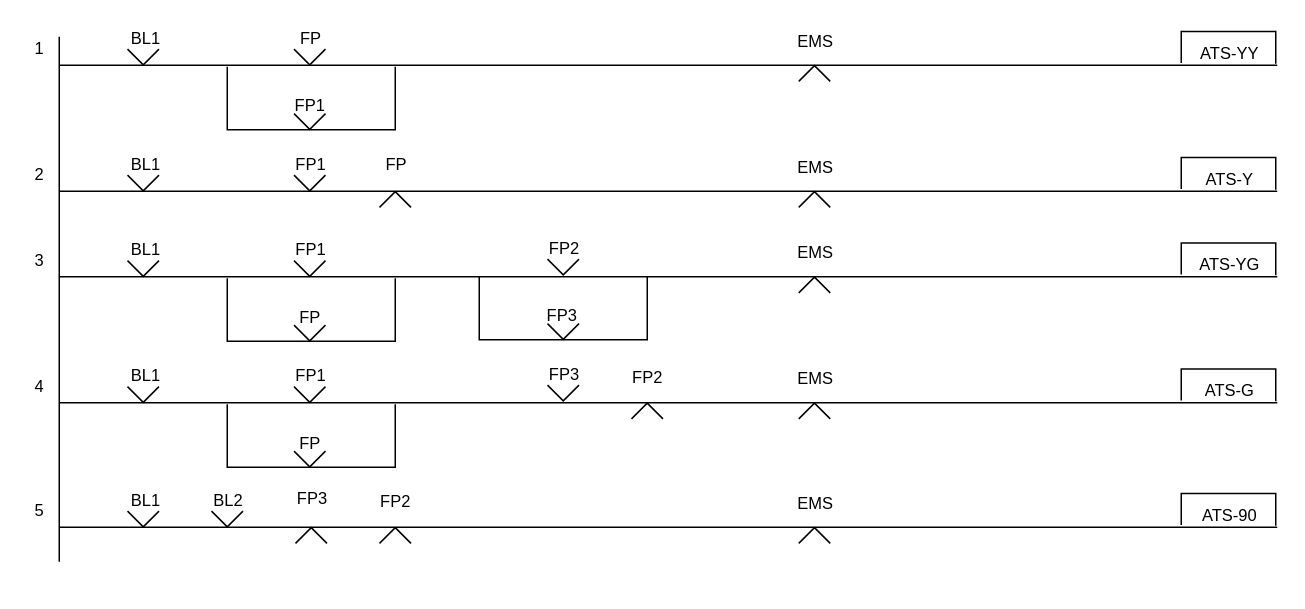
This is page "ATS제어" (3 of 6) of Signal/33Display-Signal-Control-Logic.drawio from chillin2/MyDraw.io, a draw.io file, before an edit. Source tidied: cells renumbered, new cells numbered last; positions are measured from the earlier drawing's top-left corner, leaving out a move shared by most shapes. Both pictures are drawn from the tidied source at 150%, with x=0, y=0 at pixel (26, 26).
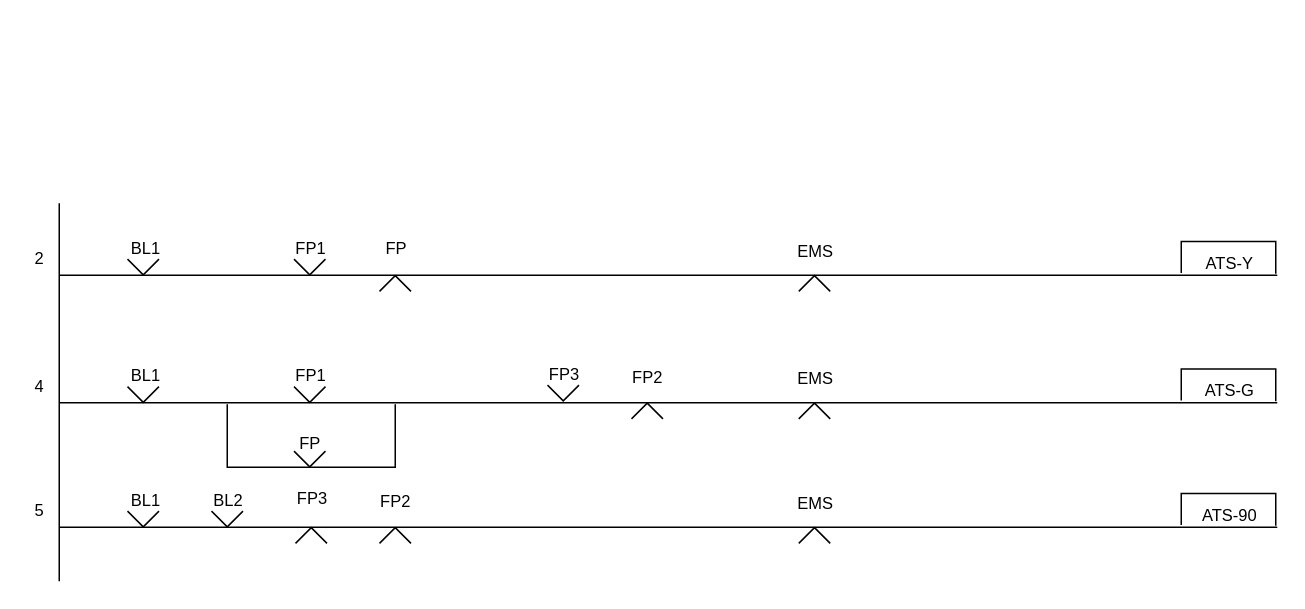
The same diagram, later.

What changed in the source:
```diff
@@
     <mxCell id="2" style="endArrow=none;html=1;rounded=0;" parent="1" edge="1">
       <mxGeometry relative="1" as="geometry">
-        <mxPoint x="22" y="357" as="sourcePoint" />
-        <mxPoint x="22" y="7" as="targetPoint" />
+        <mxPoint x="22" y="370" as="sourcePoint" />
+        <mxPoint x="22" y="118" as="targetPoint" />
       </mxGeometry>
     </mxCell>
-    <mxCell id="3" style="endArrow=none;html=1;rounded=0;" parent="1" edge="1">
-      <mxGeometry relative="1" as="geometry">
-        <mxPoint x="22" y="26" as="sourcePoint" />
-        <mxPoint x="834" y="26" as="targetPoint" />
-      </mxGeometry>
-    </mxCell>
-    <mxCell id="4" value="BL1" style="text;html=1;strokeColor=none;fillColor=none;align=center;verticalAlign=middle;whiteSpace=wrap;rounded=0;fontFamily=Helvetica;fontSize=11;fontColor=default;" parent="1" vertex="1">
-      <mxGeometry x="60" width="40" height="15" as="geometry" />
-    </mxCell>
-    <mxCell id="5" value="FP" style="text;html=1;strokeColor=none;fillColor=none;align=center;verticalAlign=middle;whiteSpace=wrap;rounded=0;fontFamily=Helvetica;fontSize=11;fontColor=default;" parent="1" vertex="1">
-      <mxGeometry x="170" y="1" width="40" height="14" as="geometry" />
-    </mxCell>
-    <mxCell id="6" value="ATS-YY" style="text;html=1;strokeColor=none;fillColor=none;align=center;verticalAlign=middle;whiteSpace=wrap;rounded=0;fontFamily=Helvetica;fontSize=11;fontColor=default;" parent="1" vertex="1">
-      <mxGeometry x="779" y="11" width="47" height="13" as="geometry" />
-    </mxCell>
-    <mxCell id="7" style="endArrow=none;html=1;rounded=0;" parent="1" edge="1">
-      <mxGeometry relative="1" as="geometry">
-        <mxPoint x="134" y="27" as="sourcePoint" />
-        <mxPoint x="246" y="27" as="targetPoint" />
-        <Array as="points">
-          <mxPoint x="134" y="69" />
-          <mxPoint x="246" y="69" />
-        </Array>
-      </mxGeometry>
-    </mxCell>
-    <mxCell id="8" value="FP1" style="text;html=1;strokeColor=none;fillColor=none;align=center;verticalAlign=middle;whiteSpace=wrap;rounded=0;fontFamily=Helvetica;fontSize=11;fontColor=default;" parent="1" vertex="1">
-      <mxGeometry x="166" y="47" width="47" height="11" as="geometry" />
-    </mxCell>
-    <mxCell id="9" value="EMS" style="text;html=1;strokeColor=none;fillColor=none;align=center;verticalAlign=middle;whiteSpace=wrap;rounded=0;fontFamily=Helvetica;fontSize=11;fontColor=default;" parent="1" vertex="1">
-      <mxGeometry x="508" y="2" width="37" height="15" as="geometry" />
-    </mxCell>
-    <mxCell id="10" style="endArrow=none;html=1;rounded=0;labelBackgroundColor=default;fontFamily=Helvetica;fontSize=11;fontColor=default;startSize=3;endSize=3;sourcePerimeterSpacing=0;strokeColor=default;shape=connector;jumpStyle=none;jumpSize=6;" parent="1" edge="1">
-      <mxGeometry relative="1" as="geometry">
-        <mxPoint x="770" y="24.5" as="sourcePoint" />
-        <mxPoint x="833" y="25" as="targetPoint" />
-        <Array as="points">
-          <mxPoint x="770" y="3.5" />
-          <mxPoint x="833" y="3.5" />
-        </Array>
-      </mxGeometry>
-    </mxCell>
-    <mxCell id="11" style="verticalLabelPosition=bottom;html=1;verticalAlign=top;align=center;shape=mxgraph.floorplan.windowBow;strokeWidth=1;fontSize=11;" parent="1" vertex="1">
-      <mxGeometry x="67.5" y="15" width="21" height="11" as="geometry" />
-    </mxCell>
-    <mxCell id="12" style="verticalLabelPosition=bottom;html=1;verticalAlign=top;align=center;shape=mxgraph.floorplan.windowBow;strokeWidth=1;fontSize=11;" parent="1" vertex="1">
-      <mxGeometry x="178.5" y="15" width="21" height="11" as="geometry" />
-    </mxCell>
-    <mxCell id="13" style="verticalLabelPosition=bottom;html=1;verticalAlign=top;align=center;shape=mxgraph.floorplan.windowBow;strokeWidth=1;fontSize=11;" parent="1" vertex="1">
-      <mxGeometry x="178.5" y="58" width="21" height="11" as="geometry" />
-    </mxCell>
-    <mxCell id="14" style="verticalLabelPosition=bottom;html=1;verticalAlign=top;align=center;shape=mxgraph.floorplan.windowBow;strokeWidth=1;fontSize=11;direction=west;" parent="1" vertex="1">
-      <mxGeometry x="515" y="26" width="21" height="11" as="geometry" />
-    </mxCell>
-    <mxCell id="15" value="1" style="text;html=1;strokeColor=none;fillColor=none;align=center;verticalAlign=middle;whiteSpace=wrap;rounded=0;fontFamily=Helvetica;fontSize=11;fontColor=default;" parent="1" vertex="1">
-      <mxGeometry y="7" width="18" height="16" as="geometry" />
-    </mxCell>
     <mxCell id="16" style="endArrow=none;html=1;rounded=0;" parent="1" edge="1">
       <mxGeometry relative="1" as="geometry">
-        <mxPoint x="22" y="110" as="sourcePoint" />
-        <mxPoint x="834" y="110" as="targetPoint" />
+        <mxPoint x="22" y="166" as="sourcePoint" />
+        <mxPoint x="834" y="166" as="targetPoint" />
       </mxGeometry>
     </mxCell>
     <mxCell id="17" value="BL1" style="text;html=1;strokeColor=none;fillColor=none;align=center;verticalAlign=middle;whiteSpace=wrap;rounded=0;fontFamily=Helvetica;fontSize=11;fontColor=default;" parent="1" vertex="1">
-      <mxGeometry x="60" y="84" width="40" height="15" as="geometry" />
+      <mxGeometry x="60" y="140" width="40" height="15" as="geometry" />
     </mxCell>
     <mxCell id="18" value="FP1" style="text;html=1;strokeColor=none;fillColor=none;align=center;verticalAlign=middle;whiteSpace=wrap;rounded=0;fontFamily=Helvetica;fontSize=11;fontColor=default;" parent="1" vertex="1">
-      <mxGeometry x="170" y="85" width="40" height="14" as="geometry" />
+      <mxGeometry x="170" y="141" width="40" height="14" as="geometry" />
     </mxCell>
     <mxCell id="19" value="ATS-Y" style="text;html=1;strokeColor=none;fillColor=none;align=center;verticalAlign=middle;whiteSpace=wrap;rounded=0;fontFamily=Helvetica;fontSize=11;fontColor=default;" parent="1" vertex="1">
-      <mxGeometry x="779" y="95" width="47" height="13" as="geometry" />
+      <mxGeometry x="779" y="151" width="47" height="13" as="geometry" />
     </mxCell>
     <mxCell id="20" value="EMS" style="text;html=1;strokeColor=none;fillColor=none;align=center;verticalAlign=middle;whiteSpace=wrap;rounded=0;fontFamily=Helvetica;fontSize=11;fontColor=default;" parent="1" vertex="1">
-      <mxGeometry x="508" y="86" width="37" height="15" as="geometry" />
+      <mxGeometry x="508" y="142" width="37" height="15" as="geometry" />
     </mxCell>
     <mxCell id="21" style="endArrow=none;html=1;rounded=0;labelBackgroundColor=default;fontFamily=Helvetica;fontSize=11;fontColor=default;startSize=3;endSize=3;sourcePerimeterSpacing=0;strokeColor=default;shape=connector;jumpStyle=none;jumpSize=6;" parent="1" edge="1">
       <mxGeometry relative="1" as="geometry">
-        <mxPoint x="770" y="108.5" as="sourcePoint" />
-        <mxPoint x="833" y="109" as="targetPoint" />
+        <mxPoint x="770" y="164.5" as="sourcePoint" />
+        <mxPoint x="833" y="165" as="targetPoint" />
         <Array as="points">
-          <mxPoint x="770" y="87.5" />
-          <mxPoint x="833" y="87.5" />
+          <mxPoint x="770" y="143.5" />
+          <mxPoint x="833" y="143.5" />
         </Array>
       </mxGeometry>
     </mxCell>
     <mxCell id="22" style="verticalLabelPosition=bottom;html=1;verticalAlign=top;align=center;shape=mxgraph.floorplan.windowBow;strokeWidth=1;fontSize=11;" parent="1" vertex="1">
-      <mxGeometry x="67.5" y="99" width="21" height="11" as="geometry" />
+      <mxGeometry x="67.5" y="155" width="21" height="11" as="geometry" />
     </mxCell>
     <mxCell id="23" style="verticalLabelPosition=bottom;html=1;verticalAlign=top;align=center;shape=mxgraph.floorplan.windowBow;strokeWidth=1;fontSize=11;" parent="1" vertex="1">
-      <mxGeometry x="178.5" y="99" width="21" height="11" as="geometry" />
+      <mxGeometry x="178.5" y="155" width="21" height="11" as="geometry" />
     </mxCell>
     <mxCell id="24" style="verticalLabelPosition=bottom;html=1;verticalAlign=top;align=center;shape=mxgraph.floorplan.windowBow;strokeWidth=1;fontSize=11;direction=west;" parent="1" vertex="1">
-      <mxGeometry x="515" y="110" width="21" height="11" as="geometry" />
+      <mxGeometry x="515" y="166" width="21" height="11" as="geometry" />
     </mxCell>
     <mxCell id="25" value="2" style="text;html=1;strokeColor=none;fillColor=none;align=center;verticalAlign=middle;whiteSpace=wrap;rounded=0;fontFamily=Helvetica;fontSize=11;fontColor=default;" parent="1" vertex="1">
-      <mxGeometry y="91" width="18" height="16" as="geometry" />
+      <mxGeometry y="147" width="18" height="16" as="geometry" />
     </mxCell>
     <mxCell id="26" value="FP" style="text;html=1;strokeColor=none;fillColor=none;align=center;verticalAlign=middle;whiteSpace=wrap;rounded=0;fontFamily=Helvetica;fontSize=11;fontColor=default;" parent="1" vertex="1">
-      <mxGeometry x="227" y="85" width="40" height="14" as="geometry" />
+      <mxGeometry x="227" y="141" width="40" height="14" as="geometry" />
     </mxCell>
     <mxCell id="27" style="verticalLabelPosition=bottom;html=1;verticalAlign=top;align=center;shape=mxgraph.floorplan.windowBow;strokeWidth=1;fontSize=11;direction=west;" parent="1" vertex="1">
-      <mxGeometry x="235.5" y="110" width="21" height="11" as="geometry" />
+      <mxGeometry x="235.5" y="166" width="21" height="11" as="geometry" />
     </mxCell>
-    <mxCell id="28" style="endArrow=none;html=1;rounded=0;" parent="1" edge="1">
-      <mxGeometry relative="1" as="geometry">
-        <mxPoint x="22" y="167" as="sourcePoint" />
-        <mxPoint x="834" y="167" as="targetPoint" />
-      </mxGeometry>
-    </mxCell>
-    <mxCell id="29" value="BL1" style="text;html=1;strokeColor=none;fillColor=none;align=center;verticalAlign=middle;whiteSpace=wrap;rounded=0;fontFamily=Helvetica;fontSize=11;fontColor=default;" parent="1" vertex="1">
-      <mxGeometry x="60" y="141" width="40" height="15" as="geometry" />
-    </mxCell>
-    <mxCell id="30" value="FP1" style="text;html=1;strokeColor=none;fillColor=none;align=center;verticalAlign=middle;whiteSpace=wrap;rounded=0;fontFamily=Helvetica;fontSize=11;fontColor=default;" parent="1" vertex="1">
-      <mxGeometry x="170" y="142" width="40" height="14" as="geometry" />
-    </mxCell>
-    <mxCell id="31" value="ATS-YG" style="text;html=1;strokeColor=none;fillColor=none;align=center;verticalAlign=middle;whiteSpace=wrap;rounded=0;fontFamily=Helvetica;fontSize=11;fontColor=default;" parent="1" vertex="1">
-      <mxGeometry x="779" y="152" width="47" height="13" as="geometry" />
-    </mxCell>
-    <mxCell id="32" style="endArrow=none;html=1;rounded=0;" parent="1" edge="1">
-      <mxGeometry relative="1" as="geometry">
-        <mxPoint x="134" y="168" as="sourcePoint" />
-        <mxPoint x="246" y="168" as="targetPoint" />
-        <Array as="points">
-          <mxPoint x="134" y="210" />
-          <mxPoint x="246" y="210" />
-        </Array>
-      </mxGeometry>
-    </mxCell>
-    <mxCell id="33" value="FP" style="text;html=1;strokeColor=none;fillColor=none;align=center;verticalAlign=middle;whiteSpace=wrap;rounded=0;fontFamily=Helvetica;fontSize=11;fontColor=default;" parent="1" vertex="1">
-      <mxGeometry x="166" y="188" width="47" height="11" as="geometry" />
-    </mxCell>
-    <mxCell id="34" value="EMS" style="text;html=1;strokeColor=none;fillColor=none;align=center;verticalAlign=middle;whiteSpace=wrap;rounded=0;fontFamily=Helvetica;fontSize=11;fontColor=default;" parent="1" vertex="1">
-      <mxGeometry x="508" y="143" width="37" height="15" as="geometry" />
-    </mxCell>
-    <mxCell id="35" style="endArrow=none;html=1;rounded=0;labelBackgroundColor=default;fontFamily=Helvetica;fontSize=11;fontColor=default;startSize=3;endSize=3;sourcePerimeterSpacing=0;strokeColor=default;shape=connector;jumpStyle=none;jumpSize=6;" parent="1" edge="1">
-      <mxGeometry relative="1" as="geometry">
-        <mxPoint x="770" y="165.5" as="sourcePoint" />
-        <mxPoint x="833" y="166" as="targetPoint" />
-        <Array as="points">
-          <mxPoint x="770" y="144.5" />
-          <mxPoint x="833" y="144.5" />
-        </Array>
-      </mxGeometry>
-    </mxCell>
-    <mxCell id="36" style="verticalLabelPosition=bottom;html=1;verticalAlign=top;align=center;shape=mxgraph.floorplan.windowBow;strokeWidth=1;fontSize=11;" parent="1" vertex="1">
-      <mxGeometry x="67.5" y="156" width="21" height="11" as="geometry" />
-    </mxCell>
-    <mxCell id="37" style="verticalLabelPosition=bottom;html=1;verticalAlign=top;align=center;shape=mxgraph.floorplan.windowBow;strokeWidth=1;fontSize=11;" parent="1" vertex="1">
-      <mxGeometry x="178.5" y="156" width="21" height="11" as="geometry" />
-    </mxCell>
-    <mxCell id="38" style="verticalLabelPosition=bottom;html=1;verticalAlign=top;align=center;shape=mxgraph.floorplan.windowBow;strokeWidth=1;fontSize=11;" parent="1" vertex="1">
-      <mxGeometry x="178.5" y="199" width="21" height="11" as="geometry" />
-    </mxCell>
-    <mxCell id="39" style="verticalLabelPosition=bottom;html=1;verticalAlign=top;align=center;shape=mxgraph.floorplan.windowBow;strokeWidth=1;fontSize=11;direction=west;" parent="1" vertex="1">
-      <mxGeometry x="515" y="167" width="21" height="11" as="geometry" />
-    </mxCell>
-    <mxCell id="40" value="3" style="text;html=1;strokeColor=none;fillColor=none;align=center;verticalAlign=middle;whiteSpace=wrap;rounded=0;fontFamily=Helvetica;fontSize=11;fontColor=default;" parent="1" vertex="1">
-      <mxGeometry y="148" width="18" height="16" as="geometry" />
-    </mxCell>
-    <mxCell id="41" value="FP2" style="text;html=1;strokeColor=none;fillColor=none;align=center;verticalAlign=middle;whiteSpace=wrap;rounded=0;fontFamily=Helvetica;fontSize=11;fontColor=default;" parent="1" vertex="1">
-      <mxGeometry x="339" y="141" width="40" height="14" as="geometry" />
-    </mxCell>
-    <mxCell id="42" style="endArrow=none;html=1;rounded=0;" parent="1" edge="1">
-      <mxGeometry relative="1" as="geometry">
-        <mxPoint x="302" y="167" as="sourcePoint" />
-        <mxPoint x="414" y="167" as="targetPoint" />
-        <Array as="points">
-          <mxPoint x="302" y="209" />
-          <mxPoint x="414" y="209" />
-        </Array>
-      </mxGeometry>
-    </mxCell>
-    <mxCell id="43" value="FP3" style="text;html=1;strokeColor=none;fillColor=none;align=center;verticalAlign=middle;whiteSpace=wrap;rounded=0;fontFamily=Helvetica;fontSize=11;fontColor=default;" parent="1" vertex="1">
-      <mxGeometry x="334" y="187" width="47" height="11" as="geometry" />
-    </mxCell>
-    <mxCell id="44" style="verticalLabelPosition=bottom;html=1;verticalAlign=top;align=center;shape=mxgraph.floorplan.windowBow;strokeWidth=1;fontSize=11;" parent="1" vertex="1">
-      <mxGeometry x="347.5" y="155" width="21" height="11" as="geometry" />
-    </mxCell>
-    <mxCell id="45" style="verticalLabelPosition=bottom;html=1;verticalAlign=top;align=center;shape=mxgraph.floorplan.windowBow;strokeWidth=1;fontSize=11;" parent="1" vertex="1">
-      <mxGeometry x="347.5" y="198" width="21" height="11" as="geometry" />
-    </mxCell>
```
